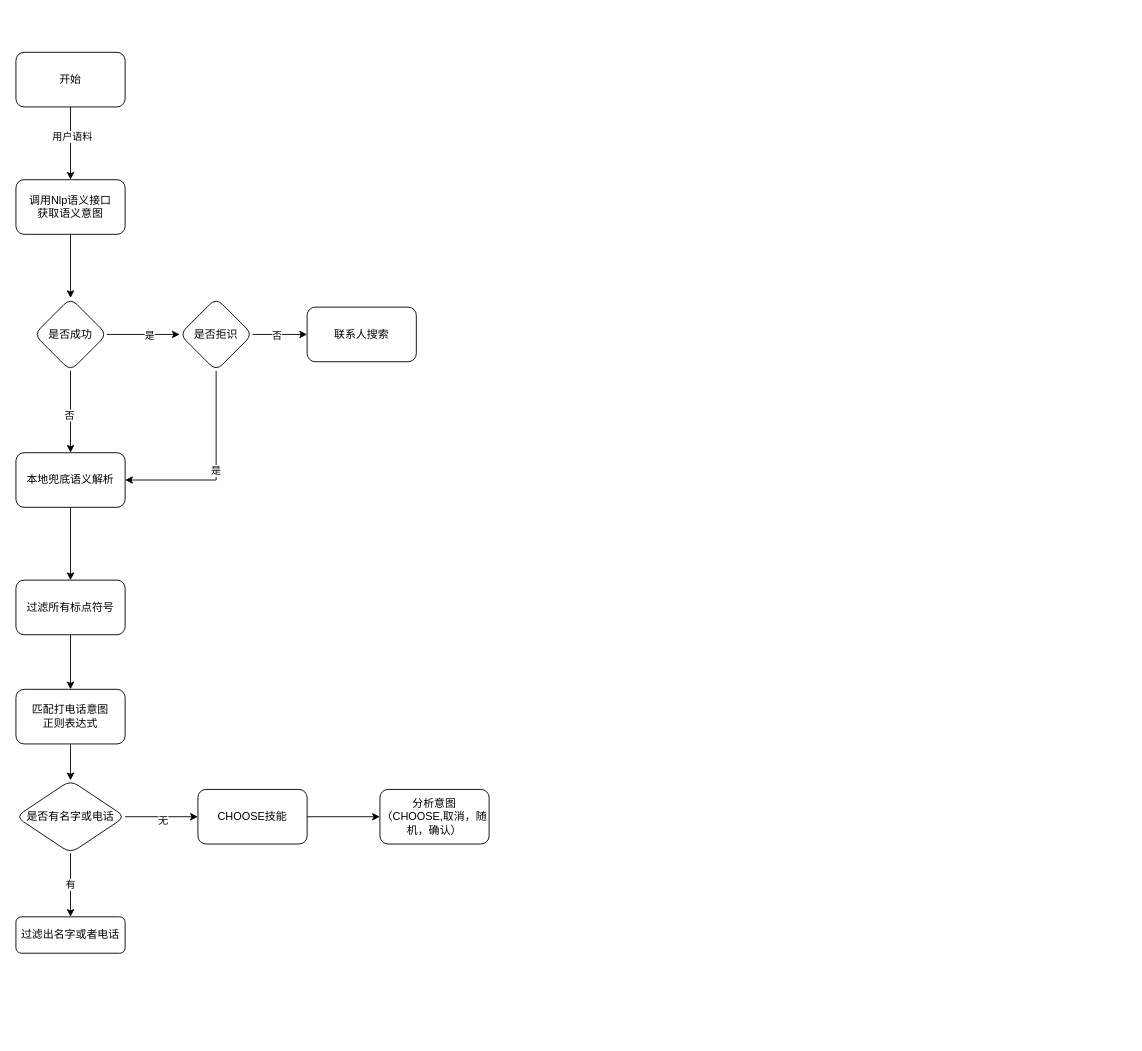
Earlier version of the draw.io diagram page "第 2 页" (2 of 4) of 本地兜底语义解析.drawio (Callanna/MyFileManager). Source tidied: cells renumbered, new cells numbered last; positions are measured from the earlier drawing's top-left corner, leaving out a move shared by most shapes. Both pictures are drawn from the tidied source at 91%, with x=0, y=0 at pixel (15, 52).
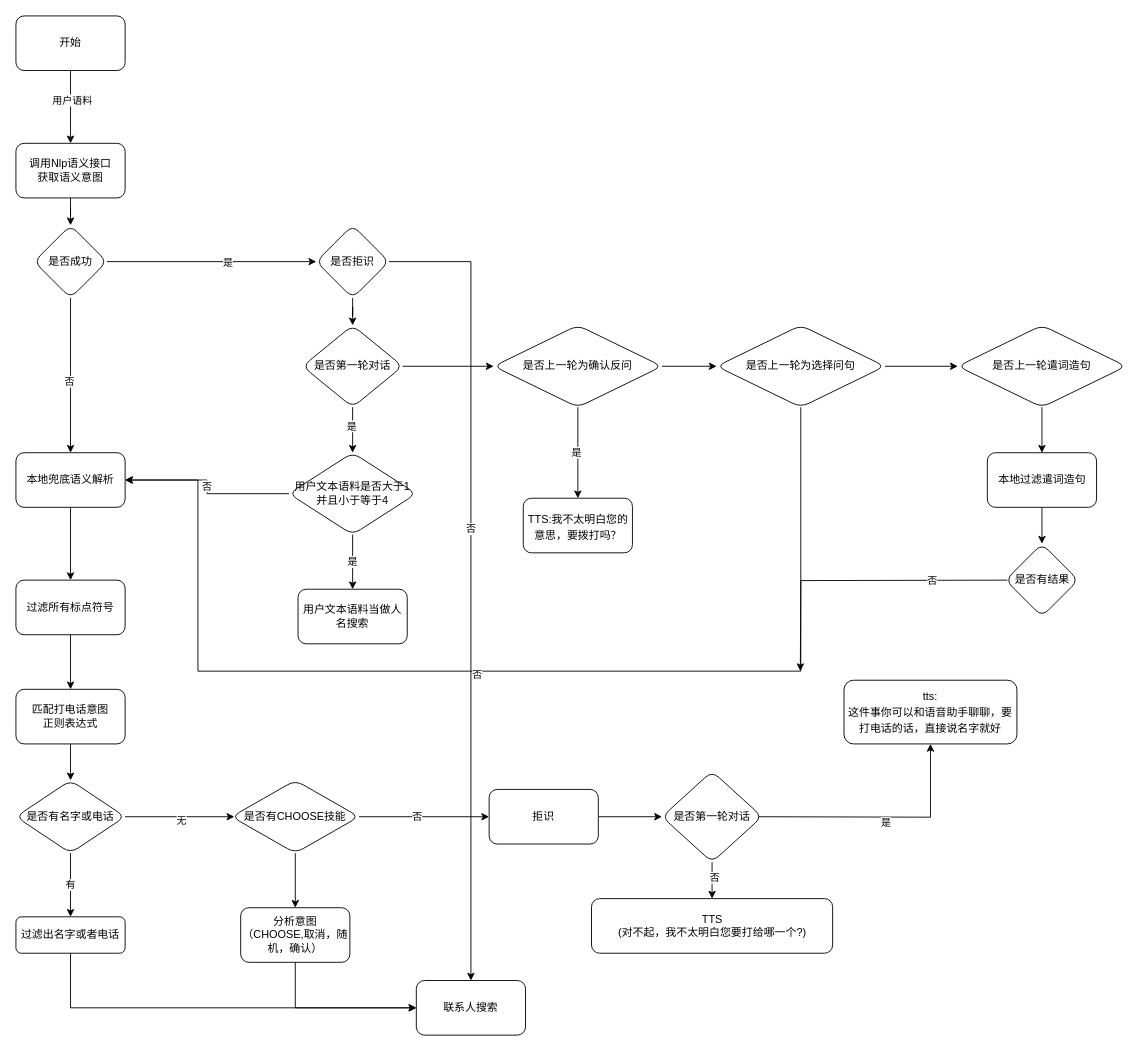
The same diagram, later.

Unchanged cells that the change refers to:
```xml
<mxCell id="18" value="本地兜底语义解析" style="whiteSpace=wrap;html=1;rounded=1;" parent="1" vertex="1">
  <mxGeometry y="440" width="120" height="60" as="geometry" />
</mxCell>
<mxCell id="23" value="过滤出名字或者电话" style="whiteSpace=wrap;html=1;rounded=1;" parent="1" vertex="1">
  <mxGeometry y="950" width="120" height="40" as="geometry" />
</mxCell>
<mxCell id="27" value="是否有名字或电话" style="rhombus;whiteSpace=wrap;html=1;rounded=1;" parent="1" vertex="1">
  <mxGeometry y="800" width="120" height="80" as="geometry" />
</mxCell>
```

The edit, as a diff of the source:
```diff
@@
     <mxCell id="4" value="开始" style="whiteSpace=wrap;html=1;rounded=1;" parent="1" vertex="1">
-      <mxGeometry width="120" height="60" as="geometry" />
+      <mxGeometry y="-40" width="120" height="60" as="geometry" />
     </mxCell>
@@
     <mxCell id="6" value="调用Nlp语义接口&lt;br&gt;获取语义意图" style="whiteSpace=wrap;html=1;rounded=1;" parent="1" vertex="1">
-      <mxGeometry y="140" width="120" height="60" as="geometry" />
+      <mxGeometry y="100" width="120" height="60" as="geometry" />
     </mxCell>
@@
     <mxCell id="11" value="是否成功" style="rhombus;whiteSpace=wrap;html=1;rounded=1;" parent="1" vertex="1">
-      <mxGeometry x="20" y="270" width="80" height="80" as="geometry" />
+      <mxGeometry x="20" y="190" width="80" height="80" as="geometry" />
     </mxCell>
-    <mxCell id="12" style="edgeStyle=orthogonalEdgeStyle;rounded=0;jettySize=auto;html=1;" parent="1" edge="1" source="15" target="16">
+    <mxCell id="12" style="edgeStyle=orthogonalEdgeStyle;rounded=0;jettySize=auto;html=1;entryX=0.5;entryY=0;entryDx=0;entryDy=0;" parent="1" edge="1" source="15" target="16">
       <mxGeometry relative="1" as="geometry" />
     </mxCell>
@@
-    <mxCell id="14" value="是" style="edgeStyle=orthogonalEdgeStyle;rounded=0;jettySize=auto;html=1;entryX=1;entryY=0.5;entryDx=0;entryDy=0;exitX=0.5;exitY=1;exitDx=0;exitDy=0;" parent="1" edge="1" source="15" target="18">
-      <mxGeometry relative="1" as="geometry" />
-    </mxCell>
+    <mxCell id="31" style="edgeStyle=orthogonalEdgeStyle;rounded=0;jettySize=auto;html=1;" parent="1" edge="1" source="15" target="50">
+      <mxGeometry relative="1" as="geometry" />
+    </mxCell>
     <mxCell id="15" value="是否拒识" style="rhombus;whiteSpace=wrap;html=1;rounded=1;" parent="1" vertex="1">
-      <mxGeometry x="180" y="270" width="80" height="80" as="geometry" />
+      <mxGeometry x="330" y="190" width="80" height="80" as="geometry" />
     </mxCell>
-    <mxCell id="16" value="联系人搜索" style="whiteSpace=wrap;html=1;rounded=1;" parent="1" vertex="1">
-      <mxGeometry x="320" y="280" width="120" height="60" as="geometry" />
-    </mxCell>
@@
+    <mxCell id="32" style="edgeStyle=orthogonalEdgeStyle;rounded=0;jettySize=auto;html=1;entryX=0;entryY=0.5;entryDx=0;entryDy=0;" parent="1" edge="1" source="23" target="16">
+      <mxGeometry relative="1" as="geometry">
+        <Array as="points">
+          <mxPoint x="60" y="1050" />
+        </Array>
+      </mxGeometry>
+    </mxCell>
@@
-    <mxCell id="25" style="edgeStyle=orthogonalEdgeStyle;rounded=0;jettySize=auto;html=1;" parent="1" edge="1" source="27" target="29">
-      <mxGeometry relative="1" as="geometry" />
+    <mxCell id="25" style="edgeStyle=orthogonalEdgeStyle;rounded=0;jettySize=auto;html=1;" parent="1" edge="1" source="27">
+      <mxGeometry relative="1" as="geometry">
+        <mxPoint x="240" y="840" as="targetPoint" />
+      </mxGeometry>
     </mxCell>
@@
-    <mxCell id="28" style="edgeStyle=orthogonalEdgeStyle;rounded=0;jettySize=auto;html=1;" parent="1" edge="1" source="29" target="30">
+    <mxCell id="28" style="edgeStyle=orthogonalEdgeStyle;rounded=0;jettySize=auto;html=1;exitX=0.5;exitY=1;exitDx=0;exitDy=0;" parent="1" edge="1" source="40" target="30">
       <mxGeometry relative="1" as="geometry" />
     </mxCell>
-    <mxCell id="29" value="CHOOSE技能" style="whiteSpace=wrap;html=1;rounded=1;" parent="1" vertex="1">
-      <mxGeometry x="200" y="810" width="120" height="60" as="geometry" />
-    </mxCell>
+    <mxCell id="33" style="edgeStyle=orthogonalEdgeStyle;rounded=0;jettySize=auto;html=1;exitX=1;exitY=0.5;exitDx=0;exitDy=0;" parent="1" edge="1" source="40" target="39">
+      <mxGeometry relative="1" as="geometry" />
+    </mxCell>
+    <mxCell id="34" value="否" style="edgeLabel;html=1;align=center;verticalAlign=middle;" parent="33" vertex="1">
+      <mxGeometry x="-0.12" y="2" relative="1" as="geometry">
+        <mxPoint y="1" as="offset" />
+      </mxGeometry>
+    </mxCell>
+    <mxCell id="35" style="edgeStyle=orthogonalEdgeStyle;rounded=0;jettySize=auto;html=1;entryX=0;entryY=0.5;entryDx=0;entryDy=0;exitX=0.5;exitY=1;exitDx=0;exitDy=0;" parent="1" edge="1" source="30" target="16">
+      <mxGeometry relative="1" as="geometry" />
+    </mxCell>
     <mxCell id="30" value="分析意图&lt;br&gt;（CHOOSE,取消，随机，确认）" style="whiteSpace=wrap;html=1;rounded=1;" parent="1" vertex="1">
-      <mxGeometry x="400" y="810" width="120" height="60" as="geometry" />
+      <mxGeometry x="247" y="940" width="120" height="60" as="geometry" />
     </mxCell>
+    <mxCell id="36" style="edgeStyle=orthogonalEdgeStyle;rounded=0;jettySize=auto;html=1;" parent="1" edge="1" target="41">
+      <mxGeometry relative="1" as="geometry">
+        <mxPoint x="812" y="840" as="sourcePoint" />
+      </mxGeometry>
+    </mxCell>
+    <mxCell id="37" value="是" style="edgeLabel;html=1;align=center;verticalAlign=middle;" parent="36" vertex="1">
+      <mxGeometry x="0.05" y="-6" relative="1" as="geometry" />
+    </mxCell>
+    <mxCell id="38" style="edgeStyle=orthogonalEdgeStyle;rounded=0;jettySize=auto;html=1;" parent="1" edge="1" source="39" target="44">
+      <mxGeometry relative="1" as="geometry" />
+    </mxCell>
+    <mxCell id="39" value="拒识" style="whiteSpace=wrap;html=1;rounded=1;" parent="1" vertex="1">
+      <mxGeometry x="520" y="810" width="120" height="60" as="geometry" />
+    </mxCell>
+    <mxCell id="40" value="&lt;span&gt;是否有CHOOSE技能&lt;/span&gt;" style="rhombus;whiteSpace=wrap;html=1;rounded=1;" parent="1" vertex="1">
+      <mxGeometry x="237" y="800" width="140" height="80" as="geometry" />
+    </mxCell>
+    <mxCell id="41" value="tts:&lt;br&gt;&lt;p class=&quot;p1&quot; style=&quot;margin: 0px ; font-stretch: normal ; line-height: normal ; font-family: &amp;#34;pingfang sc&amp;#34;&quot;&gt;这件事你可以和语音助手聊聊，要打电话的话，直接说名字就好&lt;/p&gt;" style="whiteSpace=wrap;html=1;rounded=1;" parent="1" vertex="1">
+      <mxGeometry x="910" y="690" width="190" height="70" as="geometry" />
+    </mxCell>
+    <mxCell id="42" style="edgeStyle=orthogonalEdgeStyle;rounded=0;jettySize=auto;html=1;" parent="1" edge="1" source="44" target="45">
+      <mxGeometry relative="1" as="geometry" />
+    </mxCell>
+    <mxCell id="43" value="否" style="edgeLabel;html=1;align=center;verticalAlign=middle;" parent="42" vertex="1">
+      <mxGeometry x="-0.2" y="2" relative="1" as="geometry" />
+    </mxCell>
+    <mxCell id="44" value="是否第一轮对话" style="rhombus;whiteSpace=wrap;html=1;rounded=1;" parent="1" vertex="1">
+      <mxGeometry x="710" y="790" width="110" height="100" as="geometry" />
+    </mxCell>
+    <mxCell id="45" value="TTS&lt;br&gt;(&lt;span style=&quot;font-family: &amp;#34;pingfang sc&amp;#34;&quot;&gt;对不起，我不太明白您要打给哪一个?&lt;/span&gt;&lt;span&gt;)&lt;/span&gt;" style="whiteSpace=wrap;html=1;rounded=1;" parent="1" vertex="1">
+      <mxGeometry x="632.5" y="930" width="265" height="60" as="geometry" />
+    </mxCell>
+    <mxCell id="46" value="&lt;span&gt;用户文本语料当做人名搜索&lt;/span&gt;" style="whiteSpace=wrap;html=1;rounded=1;" parent="1" vertex="1">
+      <mxGeometry x="310" y="590" width="120" height="60" as="geometry" />
+    </mxCell>
+    <mxCell id="47" style="edgeStyle=orthogonalEdgeStyle;rounded=0;jettySize=auto;html=1;" parent="1" edge="1" source="50" target="53">
+      <mxGeometry relative="1" as="geometry" />
+    </mxCell>
+    <mxCell id="48" value="是" style="edgeLabel;html=1;align=center;verticalAlign=middle;" parent="47" vertex="1">
+      <mxGeometry x="-0.22" y="-2" relative="1" as="geometry" />
+    </mxCell>
+    <mxCell id="49" style="edgeStyle=orthogonalEdgeStyle;rounded=0;jettySize=auto;html=1;" parent="1" edge="1" source="50" target="57">
+      <mxGeometry relative="1" as="geometry" />
+    </mxCell>
+    <mxCell id="50" value="是否第一轮对话" style="rhombus;whiteSpace=wrap;html=1;rounded=1;" parent="1" vertex="1">
+      <mxGeometry x="315" y="300" width="110" height="90" as="geometry" />
+    </mxCell>
+    <mxCell id="51" value="是" style="edgeStyle=orthogonalEdgeStyle;rounded=0;jettySize=auto;html=1;entryX=0.5;entryY=0;entryDx=0;entryDy=0;" parent="1" edge="1" source="53" target="46">
+      <mxGeometry relative="1" as="geometry" />
+    </mxCell>
+    <mxCell id="52" value="否" style="edgeStyle=orthogonalEdgeStyle;rounded=0;jettySize=auto;html=1;entryX=1;entryY=0.5;entryDx=0;entryDy=0;" parent="1" edge="1" source="53" target="18">
+      <mxGeometry relative="1" as="geometry" />
+    </mxCell>
+    <mxCell id="53" value="&lt;span&gt;用户文本语料是否大于1并且小于等于4&lt;/span&gt;" style="rhombus;whiteSpace=wrap;html=1;rounded=1;" parent="1" vertex="1">
+      <mxGeometry x="300" y="440" width="140" height="90" as="geometry" />
+    </mxCell>
+    <mxCell id="54" style="edgeStyle=orthogonalEdgeStyle;rounded=0;jettySize=auto;html=1;" parent="1" edge="1" source="57" target="61">
+      <mxGeometry relative="1" as="geometry" />
+    </mxCell>
+    <mxCell id="55" style="edgeStyle=orthogonalEdgeStyle;rounded=0;jettySize=auto;html=1;" parent="1" edge="1" source="57" target="64">
+      <mxGeometry relative="1" as="geometry" />
+    </mxCell>
+    <mxCell id="56" value="是" style="edgeLabel;html=1;align=center;verticalAlign=middle;" parent="55" vertex="1">
+      <mxGeometry x="-0.02" y="-2" relative="1" as="geometry" />
+    </mxCell>
+    <mxCell id="57" value="是否上一轮为确认反问" style="rhombus;whiteSpace=wrap;html=1;rounded=1;" parent="1" vertex="1">
+      <mxGeometry x="525" y="300" width="185" height="90" as="geometry" />
+    </mxCell>
+    <mxCell id="58" style="edgeStyle=orthogonalEdgeStyle;rounded=0;jettySize=auto;html=1;" parent="1" edge="1" source="61" target="63">
+      <mxGeometry relative="1" as="geometry" />
+    </mxCell>
+    <mxCell id="59" style="edgeStyle=orthogonalEdgeStyle;rounded=0;jettySize=auto;html=1;entryX=1;entryY=0.5;entryDx=0;entryDy=0;" parent="1" edge="1" source="61" target="18">
+      <mxGeometry relative="1" as="geometry">
+        <Array as="points">
+          <mxPoint x="863" y="680" />
+          <mxPoint x="200" y="680" />
+          <mxPoint x="200" y="470" />
+        </Array>
+      </mxGeometry>
+    </mxCell>
+    <mxCell id="60" value="否" style="edgeLabel;html=1;align=center;verticalAlign=middle;" parent="59" vertex="1">
+      <mxGeometry x="0.04" y="3" relative="1" as="geometry" />
+    </mxCell>
+    <mxCell id="61" value="是否上一轮为选择问句" style="rhombus;whiteSpace=wrap;html=1;rounded=1;" parent="1" vertex="1">
+      <mxGeometry x="770" y="300" width="185" height="90" as="geometry" />
+    </mxCell>
+    <mxCell id="62" style="edgeStyle=orthogonalEdgeStyle;rounded=0;jettySize=auto;html=1;" parent="1" edge="1" source="63" target="66">
+      <mxGeometry relative="1" as="geometry" />
+    </mxCell>
+    <mxCell id="63" value="是否上一轮遣词造句" style="rhombus;whiteSpace=wrap;html=1;rounded=1;" parent="1" vertex="1">
+      <mxGeometry x="1035" y="300" width="185" height="90" as="geometry" />
+    </mxCell>
+    <mxCell id="64" value="&lt;p class=&quot;p1&quot; style=&quot;margin: 0px ; font-stretch: normal ; line-height: normal ; font-family: &amp;#34;pingfang sc&amp;#34;&quot;&gt;TTS:我不太明白您的意思，要拨打吗？&lt;/p&gt;" style="whiteSpace=wrap;html=1;rounded=1;" parent="1" vertex="1">
+      <mxGeometry x="557.5" y="490" width="120" height="60" as="geometry" />
+    </mxCell>
+    <mxCell id="65" style="edgeStyle=orthogonalEdgeStyle;rounded=0;jettySize=auto;html=1;" parent="1" edge="1" source="66" target="69">
+      <mxGeometry relative="1" as="geometry" />
+    </mxCell>
+    <mxCell id="66" value="本地过滤遣词造句" style="whiteSpace=wrap;html=1;rounded=1;" parent="1" vertex="1">
+      <mxGeometry x="1067.5" y="440" width="120" height="60" as="geometry" />
+    </mxCell>
+    <mxCell id="67" style="edgeStyle=orthogonalEdgeStyle;rounded=0;orthogonalLoop=1;jettySize=auto;html=1;" parent="1" edge="1">
+      <mxGeometry relative="1" as="geometry">
+        <mxPoint x="1089.5" y="580" as="sourcePoint" />
+        <mxPoint x="862" y="680" as="targetPoint" />
+      </mxGeometry>
+    </mxCell>
+    <mxCell id="68" value="否" style="edgeLabel;html=1;align=center;verticalAlign=middle;" parent="67" vertex="1">
+      <mxGeometry x="-0.49" relative="1" as="geometry" />
+    </mxCell>
+    <mxCell id="69" value="是否有结果" style="rhombus;whiteSpace=wrap;html=1;rounded=1;" parent="1" vertex="1">
+      <mxGeometry x="1087.5" y="540" width="80" height="80" as="geometry" />
+    </mxCell>
+    <mxCell id="16" value="联系人搜索" style="whiteSpace=wrap;html=1;rounded=1;" parent="1" vertex="1">
+      <mxGeometry x="440" y="1020" width="120" height="60" as="geometry" />
+    </mxCell>
```
